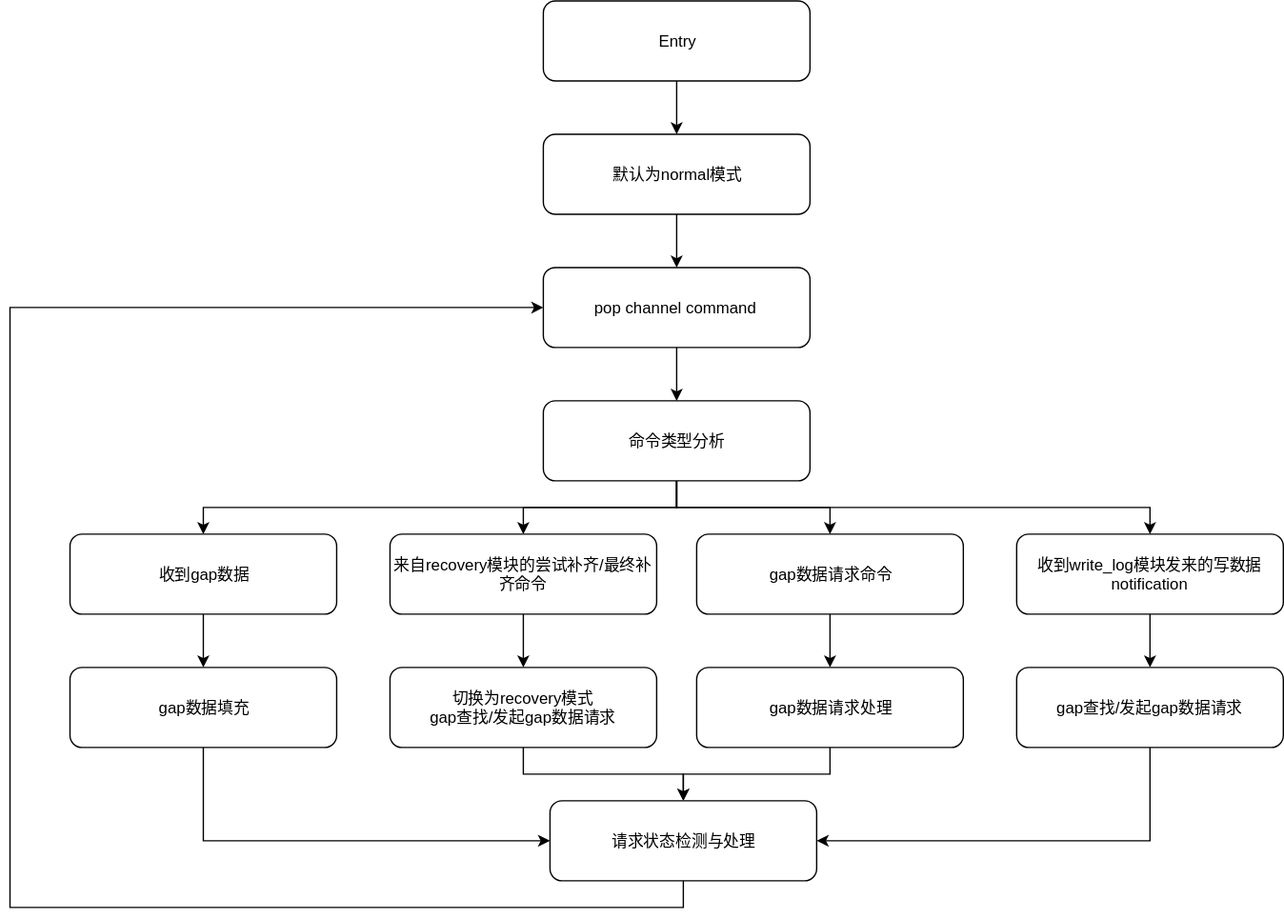
Earlier version of the draw.io export attachments/1629356917623.drawio.svg (simbahebinbo/smallfat.github.io). Source tidied: cells renumbered, new cells last; positions are measured from the earlier drawing's top-left corner, leaving out a move shared by most shapes.
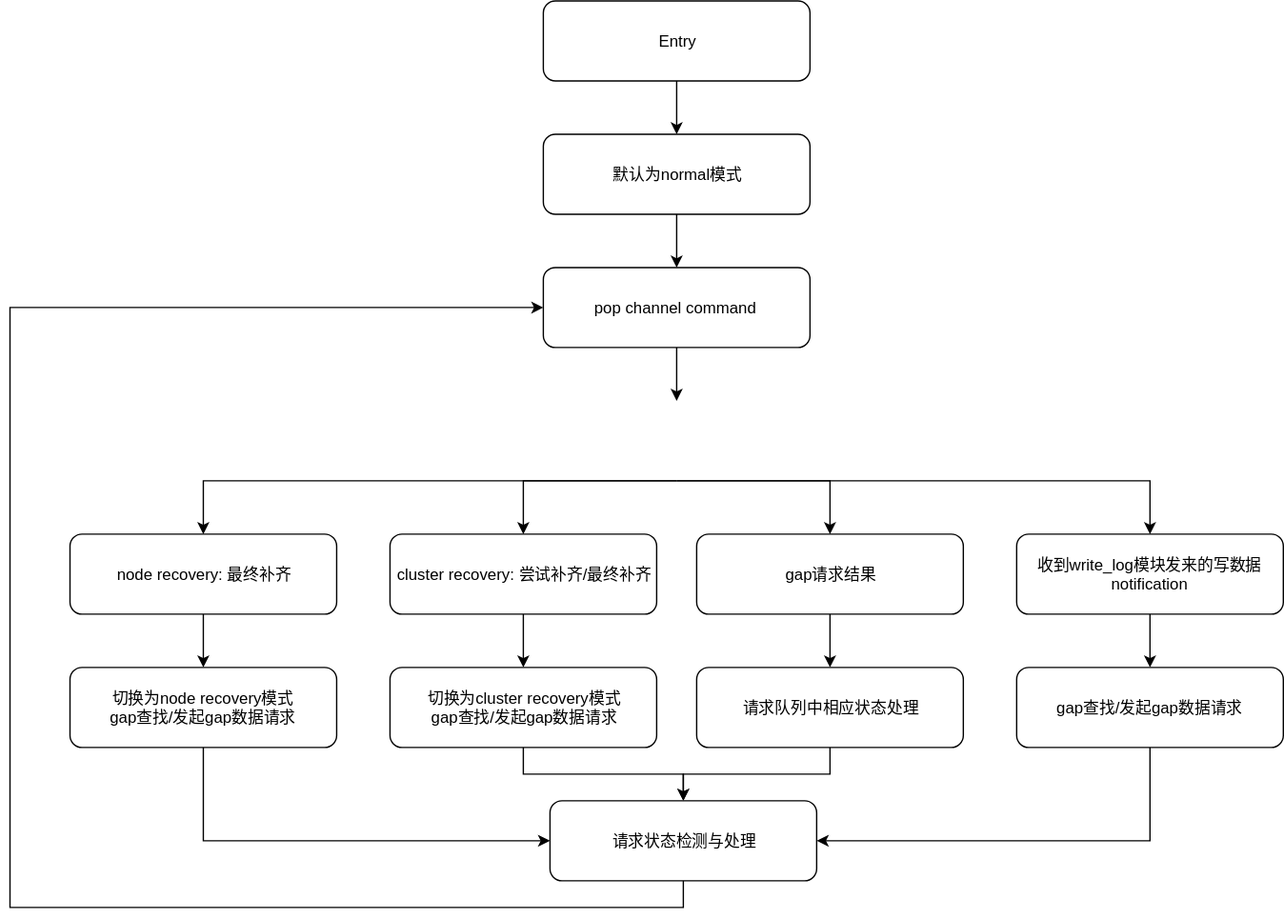
After the change.

Commit message:
添加附件 : attachments/1629356917623.drawio.svg

Diff of the diagram source:
```diff
@@ -5,7 +5,7 @@
     <mxCell id="2" style="edgeStyle=orthogonalEdgeStyle;rounded=0;jettySize=auto;html=1;" parent="1" edge="1" source="3" target="12">
       <mxGeometry relative="1" as="geometry" />
     </mxCell>
-    <mxCell id="3" value="收到gap数据" style="rounded=1;whiteSpace=wrap;html=1;" parent="1" vertex="1">
+    <mxCell id="3" value="node recovery: 最终补齐" style="rounded=1;whiteSpace=wrap;html=1;" parent="1" vertex="1">
       <mxGeometry x="45" y="400" width="200" height="60" as="geometry" />
     </mxCell>
     <mxCell id="4" style="edgeStyle=orthogonalEdgeStyle;rounded=0;orthogonalLoop=1;jettySize=auto;html=1;" parent="1" edge="1">
@@ -16,13 +16,13 @@
     <mxCell id="5" style="edgeStyle=orthogonalEdgeStyle;rounded=0;jettySize=auto;html=1;" parent="1" edge="1" source="6" target="14">
       <mxGeometry relative="1" as="geometry" />
     </mxCell>
-    <mxCell id="6" value="来自recovery模块的尝试补齐/最终补齐命令" style="rounded=1;whiteSpace=wrap;html=1;" parent="1" vertex="1">
+    <mxCell id="6" value="cluster recovery: 尝试补齐/最终补齐" style="rounded=1;whiteSpace=wrap;html=1;" parent="1" vertex="1">
       <mxGeometry x="285" y="400" width="200" height="60" as="geometry" />
     </mxCell>
     <mxCell id="7" style="edgeStyle=orthogonalEdgeStyle;rounded=0;jettySize=auto;html=1;" parent="1" edge="1" source="8" target="16">
       <mxGeometry relative="1" as="geometry" />
     </mxCell>
-    <mxCell id="8" value="gap数据请求命令" style="rounded=1;whiteSpace=wrap;html=1;" parent="1" vertex="1">
+    <mxCell id="8" value="gap请求结果" style="rounded=1;whiteSpace=wrap;html=1;" parent="1" vertex="1">
       <mxGeometry x="515" y="400" width="200" height="60" as="geometry" />
     </mxCell>
     <mxCell id="9" style="edgeStyle=orthogonalEdgeStyle;rounded=0;jettySize=auto;html=1;" parent="1" edge="1" source="10" target="27">
@@ -38,19 +38,19 @@
         </Array>
       </mxGeometry>
     </mxCell>
-    <mxCell id="12" value="gap数据填充" style="rounded=1;whiteSpace=wrap;html=1;" parent="1" vertex="1">
+    <mxCell id="12" value="切换为node recovery模式&lt;br&gt;gap查找/发起gap数据请求" style="rounded=1;whiteSpace=wrap;html=1;" parent="1" vertex="1">
       <mxGeometry x="45" y="500" width="200" height="60" as="geometry" />
     </mxCell>
     <mxCell id="13" style="edgeStyle=orthogonalEdgeStyle;rounded=0;jettySize=auto;html=1;" parent="1" edge="1" source="14" target="18">
       <mxGeometry relative="1" as="geometry" />
     </mxCell>
-    <mxCell id="14" value="切换为recovery模式&lt;br&gt;gap查找/发起gap数据请求" style="rounded=1;whiteSpace=wrap;html=1;" parent="1" vertex="1">
+    <mxCell id="14" value="切换为cluster recovery模式&lt;br&gt;gap查找/发起gap数据请求" style="rounded=1;whiteSpace=wrap;html=1;" parent="1" vertex="1">
       <mxGeometry x="285" y="500" width="200" height="60" as="geometry" />
     </mxCell>
     <mxCell id="15" style="edgeStyle=orthogonalEdgeStyle;rounded=0;jettySize=auto;html=1;exitX=0.5;exitY=1;exitDx=0;exitDy=0;entryX=0.5;entryY=0;entryDx=0;entryDy=0;" parent="1" edge="1" source="16" target="18">
       <mxGeometry relative="1" as="geometry" />
     </mxCell>
-    <mxCell id="16" value="gap数据请求处理" style="rounded=1;whiteSpace=wrap;html=1;" parent="1" vertex="1">
+    <mxCell id="16" value="请求队列中相应状态处理" style="rounded=1;whiteSpace=wrap;html=1;" parent="1" vertex="1">
       <mxGeometry x="515" y="500" width="200" height="60" as="geometry" />
     </mxCell>
     <mxCell id="17" style="edgeStyle=orthogonalEdgeStyle;rounded=0;jettySize=auto;html=1;exitX=0.5;exitY=1;exitDx=0;exitDy=0;entryX=0;entryY=0.5;entryDx=0;entryDy=0;" parent="1" edge="1" source="18" target="29">
@@ -65,21 +65,26 @@
     <mxCell id="18" value="请求状态检测与处理" style="rounded=1;whiteSpace=wrap;html=1;" parent="1" vertex="1">
       <mxGeometry x="405" y="600" width="200" height="60" as="geometry" />
     </mxCell>
-    <mxCell id="19" style="edgeStyle=orthogonalEdgeStyle;rounded=0;jettySize=auto;html=1;exitX=0.5;exitY=1;exitDx=0;exitDy=0;entryX=0.5;entryY=0;entryDx=0;entryDy=0;" parent="1" edge="1" source="23" target="3">
-      <mxGeometry relative="1" as="geometry" />
+    <mxCell id="19" style="edgeStyle=orthogonalEdgeStyle;rounded=0;jettySize=auto;html=1;exitX=0.5;exitY=1;exitDx=0;exitDy=0;entryX=0.5;entryY=0;entryDx=0;entryDy=0;" parent="1" edge="1" target="3">
+      <mxGeometry relative="1" as="geometry">
+        <mxPoint x="500" y="360" as="sourcePoint" />
+      </mxGeometry>
     </mxCell>
-    <mxCell id="20" style="edgeStyle=orthogonalEdgeStyle;rounded=0;jettySize=auto;html=1;exitX=0.5;exitY=1;exitDx=0;exitDy=0;entryX=0.5;entryY=0;entryDx=0;entryDy=0;" parent="1" edge="1" source="23" target="6">
-      <mxGeometry relative="1" as="geometry" />
+    <mxCell id="20" style="edgeStyle=orthogonalEdgeStyle;rounded=0;jettySize=auto;html=1;exitX=0.5;exitY=1;exitDx=0;exitDy=0;entryX=0.5;entryY=0;entryDx=0;entryDy=0;" parent="1" edge="1" target="6">
+      <mxGeometry relative="1" as="geometry">
+        <mxPoint x="500" y="360" as="sourcePoint" />
+      </mxGeometry>
     </mxCell>
-    <mxCell id="21" style="edgeStyle=orthogonalEdgeStyle;rounded=0;jettySize=auto;html=1;exitX=0.5;exitY=1;exitDx=0;exitDy=0;entryX=0.5;entryY=0;entryDx=0;entryDy=0;" parent="1" edge="1" source="23" target="8">
-      <mxGeometry relative="1" as="geometry" />
+    <mxCell id="21" style="edgeStyle=orthogonalEdgeStyle;rounded=0;jettySize=auto;html=1;exitX=0.5;exitY=1;exitDx=0;exitDy=0;entryX=0.5;entryY=0;entryDx=0;entryDy=0;" parent="1" edge="1" target="8">
+      <mxGeometry relative="1" as="geometry">
+        <mxPoint x="500" y="360" as="sourcePoint" />
+      </mxGeometry>
     </mxCell>
-    <mxCell id="22" style="edgeStyle=orthogonalEdgeStyle;rounded=0;jettySize=auto;html=1;exitX=0.5;exitY=1;exitDx=0;exitDy=0;entryX=0.5;entryY=0;entryDx=0;entryDy=0;" parent="1" edge="1" source="23" target="25">
-      <mxGeometry relative="1" as="geometry" />
+    <mxCell id="22" style="edgeStyle=orthogonalEdgeStyle;rounded=0;jettySize=auto;html=1;exitX=0.5;exitY=1;exitDx=0;exitDy=0;entryX=0.5;entryY=0;entryDx=0;entryDy=0;" parent="1" edge="1" target="25">
+      <mxGeometry relative="1" as="geometry">
+        <mxPoint x="500" y="360" as="sourcePoint" />
+      </mxGeometry>
     </mxCell>
-    <mxCell id="23" value="命令类型分析" style="rounded=1;whiteSpace=wrap;html=1;" parent="1" vertex="1">
-      <mxGeometry x="400" y="300" width="200" height="60" as="geometry" />
-    </mxCell>
     <mxCell id="24" style="edgeStyle=orthogonalEdgeStyle;rounded=0;jettySize=auto;html=1;exitX=0.5;exitY=1;exitDx=0;exitDy=0;entryX=0.5;entryY=0;entryDx=0;entryDy=0;" parent="1" edge="1" source="25" target="31">
       <mxGeometry relative="1" as="geometry" />
     </mxCell>
@@ -92,8 +97,10 @@
     <mxCell id="27" value="默认为normal模式" style="rounded=1;whiteSpace=wrap;html=1;" parent="1" vertex="1">
       <mxGeometry x="400" y="100" width="200" height="60" as="geometry" />
     </mxCell>
-    <mxCell id="28" style="edgeStyle=orthogonalEdgeStyle;rounded=0;jettySize=auto;html=1;" parent="1" edge="1" source="29" target="23">
-      <mxGeometry relative="1" as="geometry" />
+    <mxCell id="28" style="edgeStyle=orthogonalEdgeStyle;rounded=0;jettySize=auto;html=1;" parent="1" edge="1" source="29">
+      <mxGeometry relative="1" as="geometry">
+        <mxPoint x="500" y="300" as="targetPoint" />
+      </mxGeometry>
     </mxCell>
     <mxCell id="29" value="pop channel command&amp;nbsp;" style="rounded=1;whiteSpace=wrap;html=1;" parent="1" vertex="1">
       <mxGeometry x="400" y="200" width="200" height="60" as="geometry" />
```
